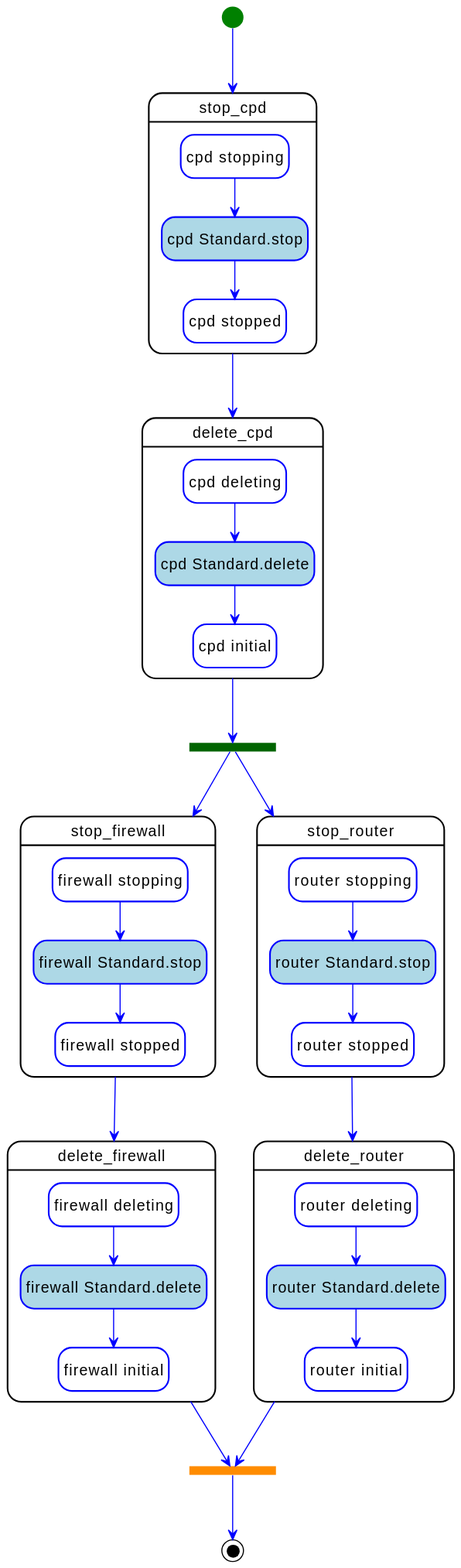
This is examples/tosca-community-contributions/diagrams/uml2/examples-1.2-simple-for-nfv-simple-for-nfv-parallel_undeploy-workflow-diagram.svg from Orange-OpenSource/Cloudnet-TOSCA-toolbox, a PlantUML export, as it was before one commit.
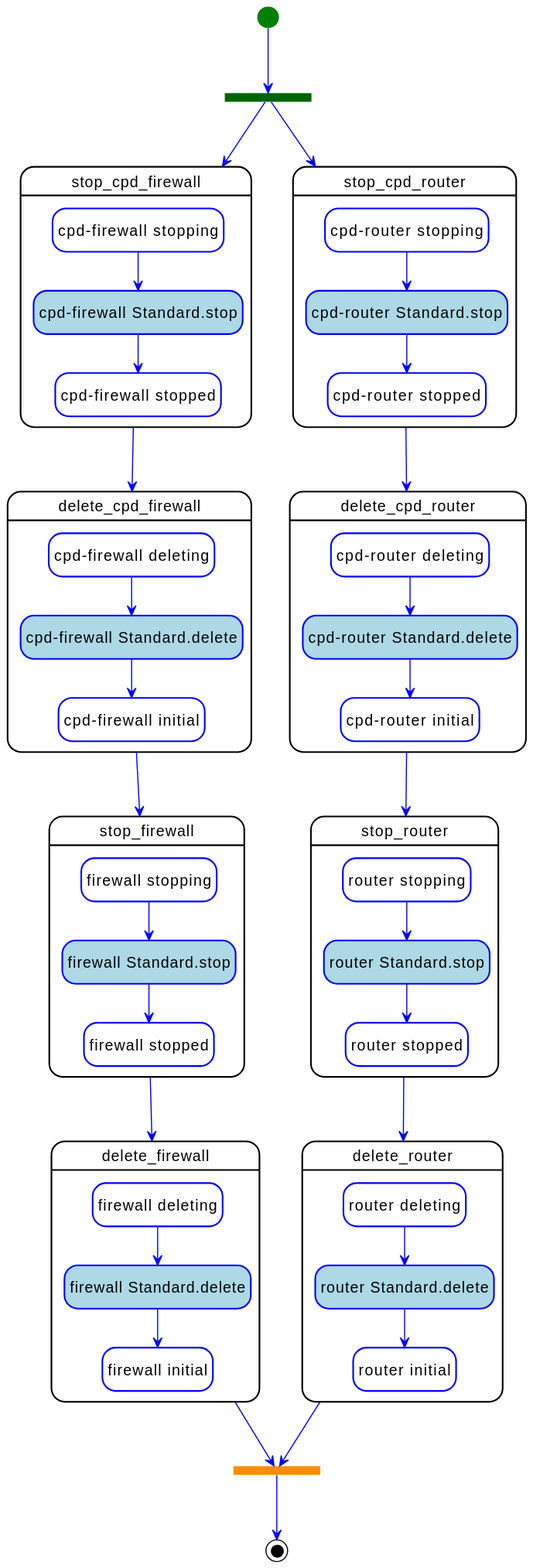
Above is the later version.

Diff of the diagram source:
```diff
@@ -16,19 +16,33 @@
 skinparam ActivityBarColor<<fork>> DarkGreen
 skinparam ActivityBarColor<<join>> DarkOrange
 
-state "stop_cpd" as step_parallel_undeploy_stop_cpd << step >> {
-  state "cpd stopping" as step_parallel_undeploy_stop_cpd_cpd_stopping << set_state >>
-  state "cpd Standard.stop" as step_parallel_undeploy_stop_cpd_cpd_Standard.stop << call_operation >>
-  state "cpd stopped" as step_parallel_undeploy_stop_cpd_cpd_stopped << set_state >>
-  step_parallel_undeploy_stop_cpd_cpd_stopping --> step_parallel_undeploy_stop_cpd_cpd_Standard.stop
-  step_parallel_undeploy_stop_cpd_cpd_Standard.stop --> step_parallel_undeploy_stop_cpd_cpd_stopped
+state "stop_cpd_firewall" as step_parallel_undeploy_stop_cpd_firewall << step >> {
+  state "cpd-firewall stopping" as step_parallel_undeploy_stop_cpd_firewall_cpd_firewall_stopping << set_state >>
+  state "cpd-firewall Standard.stop" as step_parallel_undeploy_stop_cpd_firewall_cpd_firewall_Standard.stop << call_operation >>
+  state "cpd-firewall stopped" as step_parallel_undeploy_stop_cpd_firewall_cpd_firewall_stopped << set_state >>
+  step_parallel_undeploy_stop_cpd_firewall_cpd_firewall_stopping --> step_parallel_undeploy_stop_cpd_firewall_cpd_firewall_Standard.stop
+  step_parallel_undeploy_stop_cpd_firewall_cpd_firewall_Standard.stop --> step_parallel_undeploy_stop_cpd_firewall_cpd_firewall_stopped
 }
-state "delete_cpd" as step_parallel_undeploy_delete_cpd << step >> {
-  state "cpd deleting" as step_parallel_undeploy_delete_cpd_cpd_deleting << set_state >>
-  state "cpd Standard.delete" as step_parallel_undeploy_delete_cpd_cpd_Standard.delete << call_operation >>
-  state "cpd initial" as step_parallel_undeploy_delete_cpd_cpd_initial << set_state >>
-  step_parallel_undeploy_delete_cpd_cpd_deleting --> step_parallel_undeploy_delete_cpd_cpd_Standard.delete
-  step_parallel_undeploy_delete_cpd_cpd_Standard.delete --> step_parallel_undeploy_delete_cpd_cpd_initial
+state "delete_cpd_firewall" as step_parallel_undeploy_delete_cpd_firewall << step >> {
+  state "cpd-firewall deleting" as step_parallel_undeploy_delete_cpd_firewall_cpd_firewall_deleting << set_state >>
+  state "cpd-firewall Standard.delete" as step_parallel_undeploy_delete_cpd_firewall_cpd_firewall_Standard.delete << call_operation >>
+  state "cpd-firewall initial" as step_parallel_undeploy_delete_cpd_firewall_cpd_firewall_initial << set_state >>
+  step_parallel_undeploy_delete_cpd_firewall_cpd_firewall_deleting --> step_parallel_undeploy_delete_cpd_firewall_cpd_firewall_Standard.delete
+  step_parallel_undeploy_delete_cpd_firewall_cpd_firewall_Standard.delete --> step_parallel_undeploy_delete_cpd_firewall_cpd_firewall_initial
+}
+state "stop_cpd_router" as step_parallel_undeploy_stop_cpd_router << step >> {
+  state "cpd-router stopping" as step_parallel_undeploy_stop_cpd_router_cpd_router_stopping << set_state >>
+  state "cpd-router Standard.stop" as step_parallel_undeploy_stop_cpd_router_cpd_router_Standard.stop << call_operation >>
+  state "cpd-router stopped" as step_parallel_undeploy_stop_cpd_router_cpd_router_stopped << set_state >>
+  step_parallel_undeploy_stop_cpd_router_cpd_router_stopping --> step_parallel_undeploy_stop_cpd_router_cpd_router_Standard.stop
+  step_parallel_undeploy_stop_cpd_router_cpd_router_Standard.stop --> step_parallel_undeploy_stop_cpd_router_cpd_router_stopped
+}
+state "delete_cpd_router" as step_parallel_undeploy_delete_cpd_router << step >> {
+  state "cpd-router deleting" as step_parallel_undeploy_delete_cpd_router_cpd_router_deleting << set_state >>
+  state "cpd-router Standard.delete" as step_parallel_undeploy_delete_cpd_router_cpd_router_Standard.delete << call_operation >>
+  state "cpd-router initial" as step_parallel_undeploy_delete_cpd_router_cpd_router_initial << set_state >>
+  step_parallel_undeploy_delete_cpd_router_cpd_router_deleting --> step_parallel_undeploy_delete_cpd_router_cpd_router_Standard.delete
+  step_parallel_undeploy_delete_cpd_router_cpd_router_Standard.delete --> step_parallel_undeploy_delete_cpd_router_cpd_router_initial
 }
 state "stop_firewall" as step_parallel_undeploy_stop_firewall << step >> {
   state "firewall stopping" as step_parallel_undeploy_stop_firewall_firewall_stopping << set_state >>
@@ -58,14 +72,16 @@
   step_parallel_undeploy_delete_router_router_deleting --> step_parallel_undeploy_delete_router_router_Standard.delete
   step_parallel_undeploy_delete_router_router_Standard.delete --> step_parallel_undeploy_delete_router_router_initial
 }
-step_parallel_undeploy_stop_cpd --> step_parallel_undeploy_delete_cpd
-state step_parallel_undeploy_delete_cpd_fork <<fork>>
-step_parallel_undeploy_delete_cpd --> step_parallel_undeploy_delete_cpd_fork
-step_parallel_undeploy_delete_cpd_fork --> step_parallel_undeploy_stop_firewall
-step_parallel_undeploy_delete_cpd_fork --> step_parallel_undeploy_stop_router
+step_parallel_undeploy_stop_cpd_firewall --> step_parallel_undeploy_delete_cpd_firewall
+step_parallel_undeploy_delete_cpd_firewall --> step_parallel_undeploy_stop_firewall
+step_parallel_undeploy_stop_cpd_router --> step_parallel_undeploy_delete_cpd_router
+step_parallel_undeploy_delete_cpd_router --> step_parallel_undeploy_stop_router
 step_parallel_undeploy_stop_firewall --> step_parallel_undeploy_delete_firewall
 step_parallel_undeploy_stop_router --> step_parallel_undeploy_delete_router
-[*] --> step_parallel_undeploy_stop_cpd
+state parallel_undeploy_fork <<fork>>
+[*] --> parallel_undeploy_fork
+parallel_undeploy_fork --> step_parallel_undeploy_stop_cpd_firewall
+parallel_undeploy_fork --> step_parallel_undeploy_stop_cpd_router
 state parallel_undeploy_join <<join>>
 parallel_undeploy_join --> [*]
 step_parallel_undeploy_delete_firewall --> parallel_undeploy_join
```
